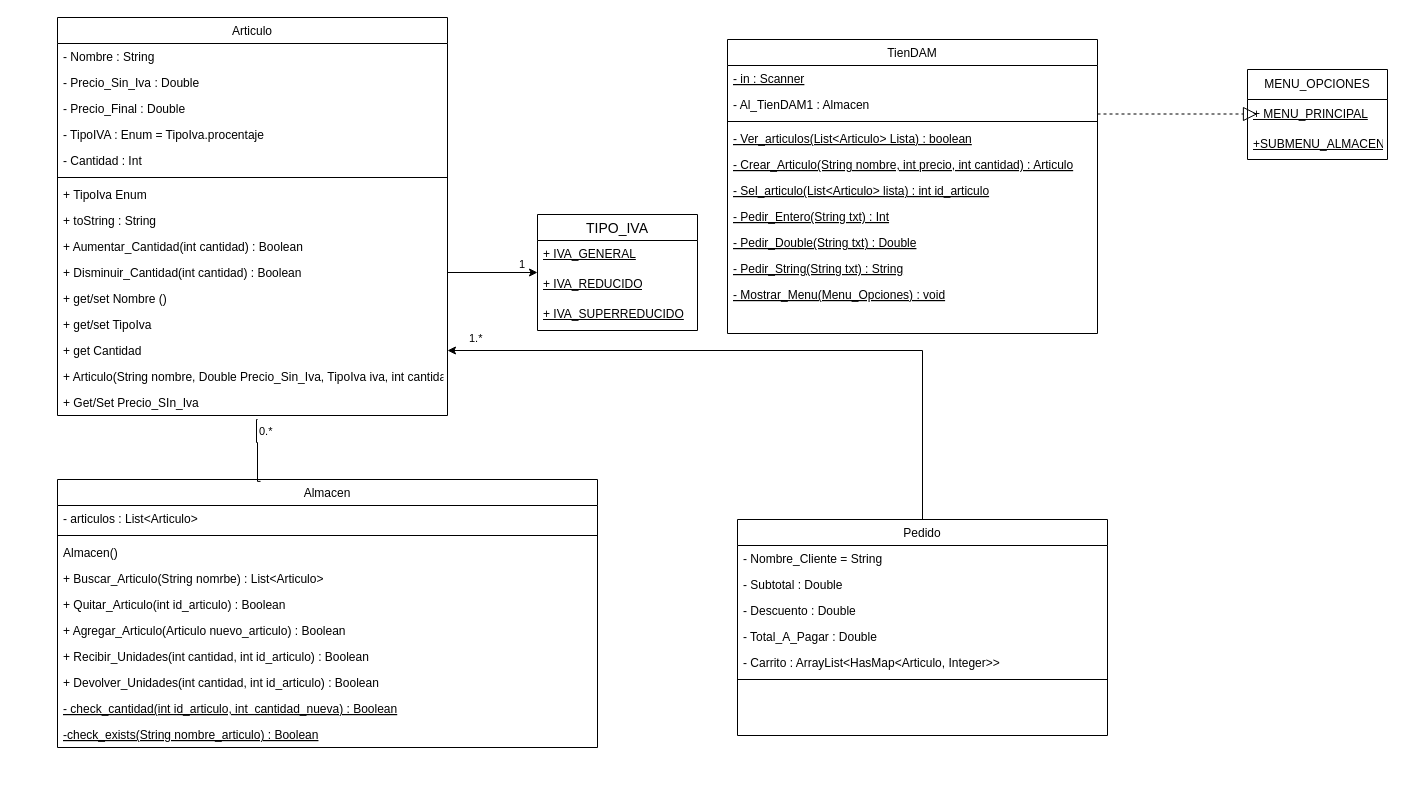
The draw.io diagram Diagrama sense títol.drawio in cristian9751/Ejercicios_Progrmacion, before the edit. Source tidied: cells renumbered, new cells numbered last; positions are measured from the earlier drawing's top-left corner, leaving out a move shared by most shapes. Both pictures are drawn from the tidied source at 100%, with x=0, y=0 at pixel (57, 17).
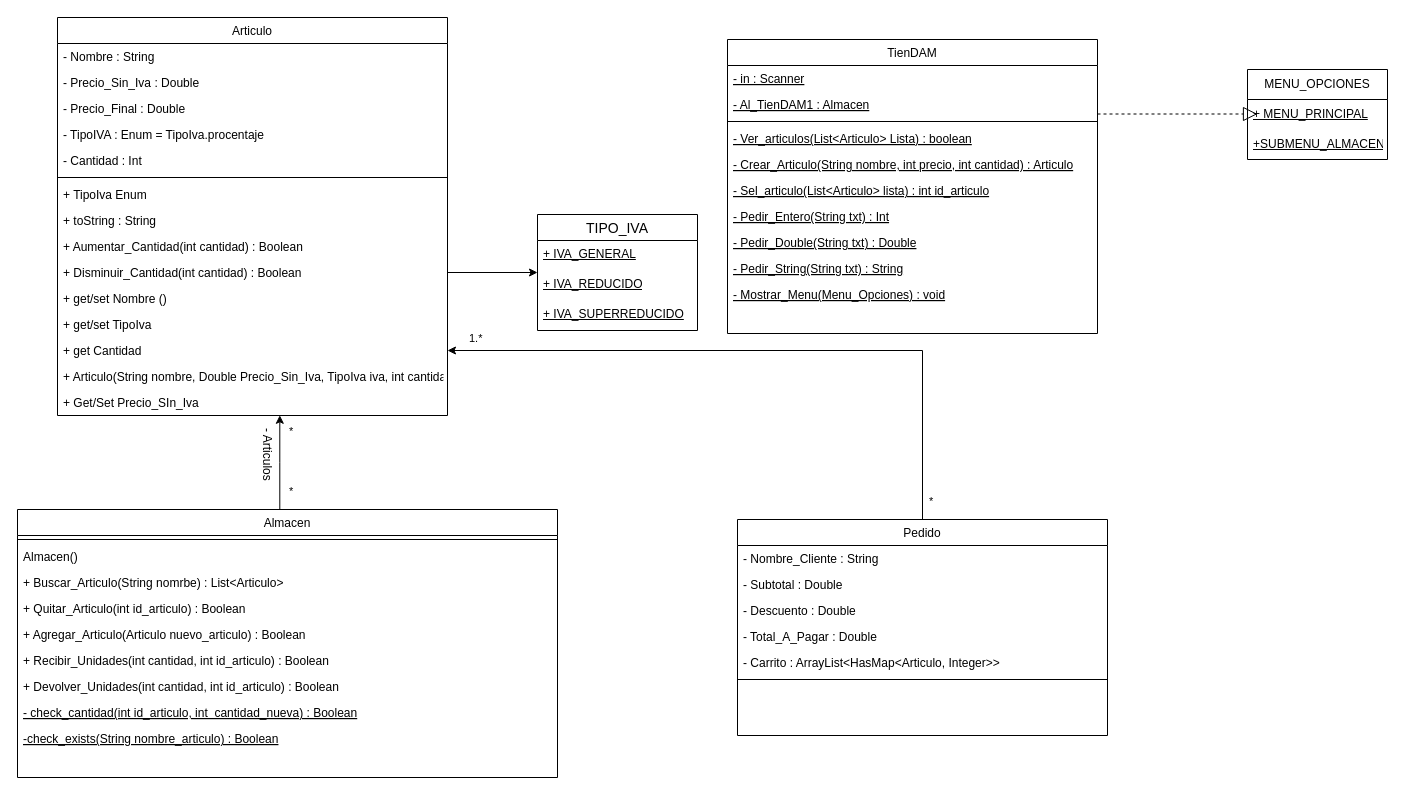
After the change.

The change refers to these unchanged cells:
```xml
<mxCell id="17" value="+ Get/Set Precio_SIn_Iva" style="text;align=left;verticalAlign=top;spacingLeft=4;spacingRight=4;overflow=hidden;points=[[0,0.5],[1,0.5]];portConstraint=eastwest;" parent="2" vertex="1">
  <mxGeometry y="372" width="390" height="26" as="geometry" />
</mxCell>
<mxCell id="30" value="Pedido" style="swimlane;fontStyle=0;align=center;verticalAlign=top;horizontal=1;startSize=26;rounded=0;shadow=0;strokeWidth=1;" parent="1" vertex="1">
  <mxGeometry x="680" y="502" width="370" height="216" as="geometry" />
</mxCell>
<mxCell id="37" value="TienDAM&#10;" style="swimlane;fontStyle=0;align=center;verticalAlign=top;horizontal=1;startSize=26;rounded=0;shadow=0;strokeWidth=1;" parent="1" vertex="1">
  <mxGeometry x="670" y="22" width="370" height="294" as="geometry" />
</mxCell>
```

The edit, as a diff of the source:
```diff
@@
+    <mxCell id="61" style="edgeStyle=orthogonalEdgeStyle;rounded=0;jettySize=auto;html=1;entryX=0.57;entryY=0.992;entryDx=0;entryDy=0;entryPerimeter=0;" parent="1" edge="1" source="18" target="17">
+      <mxGeometry relative="1" as="geometry">
+        <Array as="points">
+          <mxPoint x="222" y="445" />
+        </Array>
+      </mxGeometry>
+    </mxCell>
     <mxCell id="18" value="Almacen" style="swimlane;fontStyle=0;align=center;verticalAlign=top;horizontal=1;startSize=26;rounded=0;shadow=0;strokeWidth=1;" parent="1" vertex="1">
-      <mxGeometry y="462" width="540" height="268" as="geometry" />
+      <mxGeometry x="-40" y="492" width="540" height="268" as="geometry" />
     </mxCell>
-    <mxCell id="19" value="- articulos : List&lt;Articulo&gt;" style="text;align=left;verticalAlign=top;spacingLeft=4;spacingRight=4;overflow=hidden;" parent="18" vertex="1">
-      <mxGeometry y="26" width="540" height="26" as="geometry" />
-    </mxCell>
     <mxCell id="20" style="line;html=1;strokeWidth=1;align=left;verticalAlign=middle;spacingTop=-1;spacingLeft=3;spacingRight=3;labelPosition=right;" parent="18" vertex="1">
-      <mxGeometry y="52" width="540" height="8" as="geometry" />
+      <mxGeometry y="26" width="540" height="8" as="geometry" />
     </mxCell>
     <mxCell id="21" value="Almacen()" style="text;align=left;verticalAlign=top;spacingLeft=4;spacingRight=4;overflow=hidden;" parent="18" vertex="1">
-      <mxGeometry y="60" width="540" height="26" as="geometry" />
+      <mxGeometry y="34" width="540" height="26" as="geometry" />
     </mxCell>
     <mxCell id="22" value="+ Buscar_Articulo(String nomrbe) : List&lt;Articulo&gt;" style="text;align=left;verticalAlign=top;spacingLeft=4;spacingRight=4;overflow=hidden;" parent="18" vertex="1">
-      <mxGeometry y="86" width="540" height="26" as="geometry" />
+      <mxGeometry y="60" width="540" height="26" as="geometry" />
     </mxCell>
     <mxCell id="23" value="+ Quitar_Articulo(int id_articulo) : Boolean" style="text;align=left;verticalAlign=top;spacingLeft=4;spacingRight=4;overflow=hidden;" parent="18" vertex="1">
-      <mxGeometry y="112" width="540" height="26" as="geometry" />
+      <mxGeometry y="86" width="540" height="26" as="geometry" />
     </mxCell>
     <mxCell id="24" value="+ Agregar_Articulo(Articulo nuevo_articulo) : Boolean" style="text;align=left;verticalAlign=top;spacingLeft=4;spacingRight=4;overflow=hidden;" parent="18" vertex="1">
-      <mxGeometry y="138" width="540" height="26" as="geometry" />
+      <mxGeometry y="112" width="540" height="26" as="geometry" />
     </mxCell>
     <mxCell id="25" value="+ Recibir_Unidades(int cantidad, int id_articulo) : Boolean" style="text;align=left;verticalAlign=top;spacingLeft=4;spacingRight=4;overflow=hidden;" parent="18" vertex="1">
-      <mxGeometry y="164" width="540" height="26" as="geometry" />
+      <mxGeometry y="138" width="540" height="26" as="geometry" />
     </mxCell>
     <mxCell id="26" value="+ Devolver_Unidades(int cantidad, int id_articulo) : Boolean" style="text;align=left;verticalAlign=top;spacingLeft=4;spacingRight=4;overflow=hidden;" parent="18" vertex="1">
-      <mxGeometry y="190" width="540" height="26" as="geometry" />
+      <mxGeometry y="164" width="540" height="26" as="geometry" />
     </mxCell>
     <mxCell id="27" value="- check_cantidad(int id_articulo, int  cantidad_nueva) : Boolean" style="text;align=left;verticalAlign=top;spacingLeft=4;spacingRight=4;overflow=hidden;fontStyle=4;" parent="18" vertex="1">
-      <mxGeometry y="216" width="540" height="26" as="geometry" />
+      <mxGeometry y="190" width="540" height="26" as="geometry" />
     </mxCell>
     <mxCell id="28" value="-check_exists(String nombre_articulo) : Boolean" style="text;align=left;verticalAlign=top;spacingLeft=4;spacingRight=4;overflow=hidden;fontStyle=4;" parent="18" vertex="1">
-      <mxGeometry y="242" width="540" height="26" as="geometry" />
+      <mxGeometry y="216" width="540" height="26" as="geometry" />
     </mxCell>
@@
-    <mxCell id="31" value="- Nombre_Cliente = String" style="text;align=left;verticalAlign=top;spacingLeft=4;spacingRight=4;overflow=hidden;" parent="30" vertex="1">
+    <mxCell id="31" value="- Nombre_Cliente : String " style="text;align=left;verticalAlign=top;spacingLeft=4;spacingRight=4;overflow=hidden;" parent="30" vertex="1">
       <mxGeometry y="26" width="370" height="26" as="geometry" />
     </mxCell>
@@
-    <mxCell id="39" value="- Al_TienDAM1 : Almacen" style="text;align=left;verticalAlign=top;spacingLeft=4;spacingRight=4;overflow=hidden;" parent="37" vertex="1">
+    <mxCell id="39" value="- Al_TienDAM1 : Almacen" style="text;align=left;verticalAlign=top;spacingLeft=4;spacingRight=4;overflow=hidden;fontStyle=4;" parent="37" vertex="1">
       <mxGeometry y="52" width="370" height="26" as="geometry" />
     </mxCell>
@@
-    <mxCell id="57" style="endArrow=none;html=1;edgeStyle=orthogonalEdgeStyle;rounded=0;exitX=0.513;exitY=1.154;exitDx=0;exitDy=0;exitPerimeter=0;entryX=0.376;entryY=0.007;entryDx=0;entryDy=0;entryPerimeter=0;" parent="1" edge="1" source="17" target="18">
-      <mxGeometry relative="1" as="geometry">
-        <Array as="points">
-          <mxPoint x="199" y="402" />
-          <mxPoint x="199" y="425" />
-          <mxPoint x="200" y="425" />
-          <mxPoint x="200" y="464" />
-        </Array>
-      </mxGeometry>
-    </mxCell>
-    <mxCell id="58" value="0.*" style="edgeLabel;html=1;align=left;verticalAlign=bottom;" parent="57" vertex="1">
-      <mxGeometry x="-1" relative="1" as="geometry">
-        <mxPoint y="20" as="offset" />
-      </mxGeometry>
-    </mxCell>
@@
-    <mxCell id="60" value="1" style="edgeLabel;html=1;align=left;verticalAlign=bottom;" parent="1" vertex="1">
-      <mxGeometry x="460" y="255" as="geometry" />
-    </mxCell>
+    <mxCell id="62" value="*" style="edgeLabel;html=1;align=left;verticalAlign=bottom;" parent="1" vertex="1">
+      <mxGeometry x="870" y="492" as="geometry" />
+    </mxCell>
+    <mxCell id="63" value="*" style="edgeLabel;html=1;align=left;verticalAlign=bottom;" parent="1" vertex="1">
+      <mxGeometry x="230" y="422" as="geometry" />
+    </mxCell>
+    <mxCell id="64" value="*" style="edgeLabel;html=1;align=left;verticalAlign=bottom;" parent="1" vertex="1">
+      <mxGeometry x="230" y="482" as="geometry" />
+    </mxCell>
+    <mxCell id="65" value="- Articulos" style="text;html=1;align=center;verticalAlign=middle;strokeColor=none;fillColor=none;rotation=90;" parent="1" vertex="1">
+      <mxGeometry x="170.1" y="422" width="80" height="30" as="geometry" />
+    </mxCell>
```
